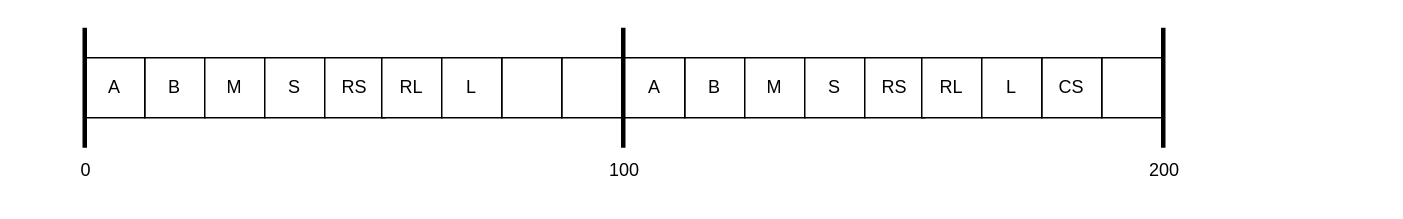
This is schedulers/arduino/B.drawio from CosminOctavianPetre/RTS-P1-Cyclic-Scheduling, a draw.io file, before an edit. Source tidied: cells renumbered, new cells numbered last; positions are measured from the earlier drawing's top-left corner, leaving out a move shared by most shapes. Both pictures are drawn from the tidied source at 150%, with x=0, y=0 at pixel (40, 27).
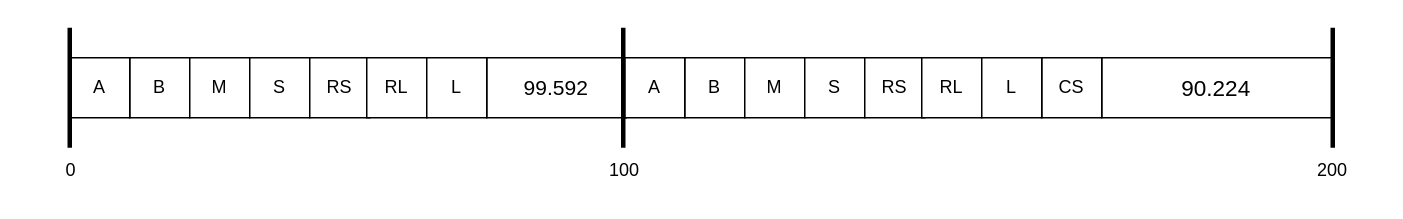
The same diagram, later.

The edit, as a diff of the source:
```diff
@@
     <mxCell id="2" value="B" style="rounded=0;whiteSpace=wrap;html=1;" parent="1" vertex="1">
-      <mxGeometry x="69" y="20" width="40" height="40" as="geometry" />
+      <mxGeometry x="59" y="20" width="40" height="40" as="geometry" />
     </mxCell>
     <mxCell id="3" value="A" style="rounded=0;whiteSpace=wrap;html=1;" parent="1" vertex="1">
-      <mxGeometry x="29" y="20" width="40" height="40" as="geometry" />
+      <mxGeometry x="19" y="20" width="40" height="40" as="geometry" />
     </mxCell>
-    <mxCell id="4" style="endArrow=none;html=1;rounded=0;strokeWidth=3;strokeColor=default;" parent="1" edge="1">
-      <mxGeometry relative="1" as="geometry">
-        <mxPoint x="388" as="sourcePoint" />
-        <mxPoint x="388" y="80" as="targetPoint" />
-      </mxGeometry>
-    </mxCell>
@@
     <mxCell id="6" value="200" style="text;html=1;strokeColor=none;fillColor=none;align=center;verticalAlign=middle;whiteSpace=wrap;rounded=0;" parent="1" vertex="1">
-      <mxGeometry x="719" y="80" width="60" height="30" as="geometry" />
+      <mxGeometry x="831" y="80" width="60" height="30" as="geometry" />
     </mxCell>
     <mxCell id="7" style="endArrow=none;html=1;rounded=0;strokeWidth=3;strokeColor=default;" parent="1" edge="1">
       <mxGeometry relative="1" as="geometry">
-        <mxPoint x="29" as="sourcePoint" />
-        <mxPoint x="29" y="80" as="targetPoint" />
+        <mxPoint x="19" as="sourcePoint" />
+        <mxPoint x="19" y="80" as="targetPoint" />
       </mxGeometry>
     </mxCell>
     <mxCell id="8" style="endArrow=none;html=1;rounded=0;strokeWidth=3;strokeColor=default;" parent="1" edge="1">
       <mxGeometry relative="1" as="geometry">
-        <mxPoint x="748" as="sourcePoint" />
-        <mxPoint x="748" y="80" as="targetPoint" />
+        <mxPoint x="861" as="sourcePoint" />
+        <mxPoint x="861" y="80" as="targetPoint" />
       </mxGeometry>
     </mxCell>
     <mxCell id="9" value="0" style="text;html=1;strokeColor=none;fillColor=none;align=center;verticalAlign=middle;whiteSpace=wrap;rounded=0;" parent="1" vertex="1">
-      <mxGeometry y="80" width="60" height="30" as="geometry" />
+      <mxGeometry x="-10" y="80" width="60" height="30" as="geometry" />
     </mxCell>
     <mxCell id="10" value="M" style="rounded=0;whiteSpace=wrap;html=1;" parent="1" vertex="1">
-      <mxGeometry x="109" y="20" width="40" height="40" as="geometry" />
+      <mxGeometry x="99" y="20" width="40" height="40" as="geometry" />
     </mxCell>
     <mxCell id="11" value="S" style="rounded=0;whiteSpace=wrap;html=1;" parent="1" vertex="1">
-      <mxGeometry x="149" y="20" width="40" height="40" as="geometry" />
+      <mxGeometry x="139" y="20" width="40" height="40" as="geometry" />
     </mxCell>
     <mxCell id="12" value="RS" style="rounded=0;whiteSpace=wrap;html=1;" parent="1" vertex="1">
-      <mxGeometry x="189" y="20" width="40" height="40" as="geometry" />
+      <mxGeometry x="179" y="20" width="40" height="40" as="geometry" />
     </mxCell>
     <mxCell id="13" value="RL" style="rounded=0;whiteSpace=wrap;html=1;" parent="1" vertex="1">
-      <mxGeometry x="227" y="20" width="40" height="40" as="geometry" />
+      <mxGeometry x="217" y="20" width="40" height="40" as="geometry" />
     </mxCell>
-    <mxCell id="14" style="rounded=0;whiteSpace=wrap;html=1;" parent="1" vertex="1">
-      <mxGeometry x="347" y="20" width="40" height="40" as="geometry" />
-    </mxCell>
-    <mxCell id="15" style="rounded=0;whiteSpace=wrap;html=1;" parent="1" vertex="1">
-      <mxGeometry x="307" y="20" width="40" height="40" as="geometry" />
+    <mxCell id="15" value="&lt;font style=&quot;font-size: 14px&quot;&gt;99.592&lt;/font&gt;" style="rounded=0;whiteSpace=wrap;html=1;" parent="1" vertex="1">
+      <mxGeometry x="297" y="20" width="93" height="40" as="geometry" />
     </mxCell>
     <mxCell id="16" value="L" style="rounded=0;whiteSpace=wrap;html=1;" parent="1" vertex="1">
-      <mxGeometry x="267" y="20" width="40" height="40" as="geometry" />
+      <mxGeometry x="257" y="20" width="40" height="40" as="geometry" />
     </mxCell>
@@
-    <mxCell id="23" style="rounded=0;whiteSpace=wrap;html=1;" parent="1" vertex="1">
-      <mxGeometry x="707" y="20" width="40" height="40" as="geometry" />
+    <mxCell id="23" value="&lt;font style=&quot;font-size: 15px&quot;&gt;90.224&lt;/font&gt;" style="rounded=0;whiteSpace=wrap;html=1;" parent="1" vertex="1">
+      <mxGeometry x="707" y="20" width="153" height="40" as="geometry" />
     </mxCell>
@@
+    <mxCell id="4" style="endArrow=none;html=1;rounded=0;strokeWidth=3;strokeColor=default;" parent="1" edge="1">
+      <mxGeometry relative="1" as="geometry">
+        <mxPoint x="388" as="sourcePoint" />
+        <mxPoint x="388" y="80" as="targetPoint" />
+      </mxGeometry>
+    </mxCell>
```
